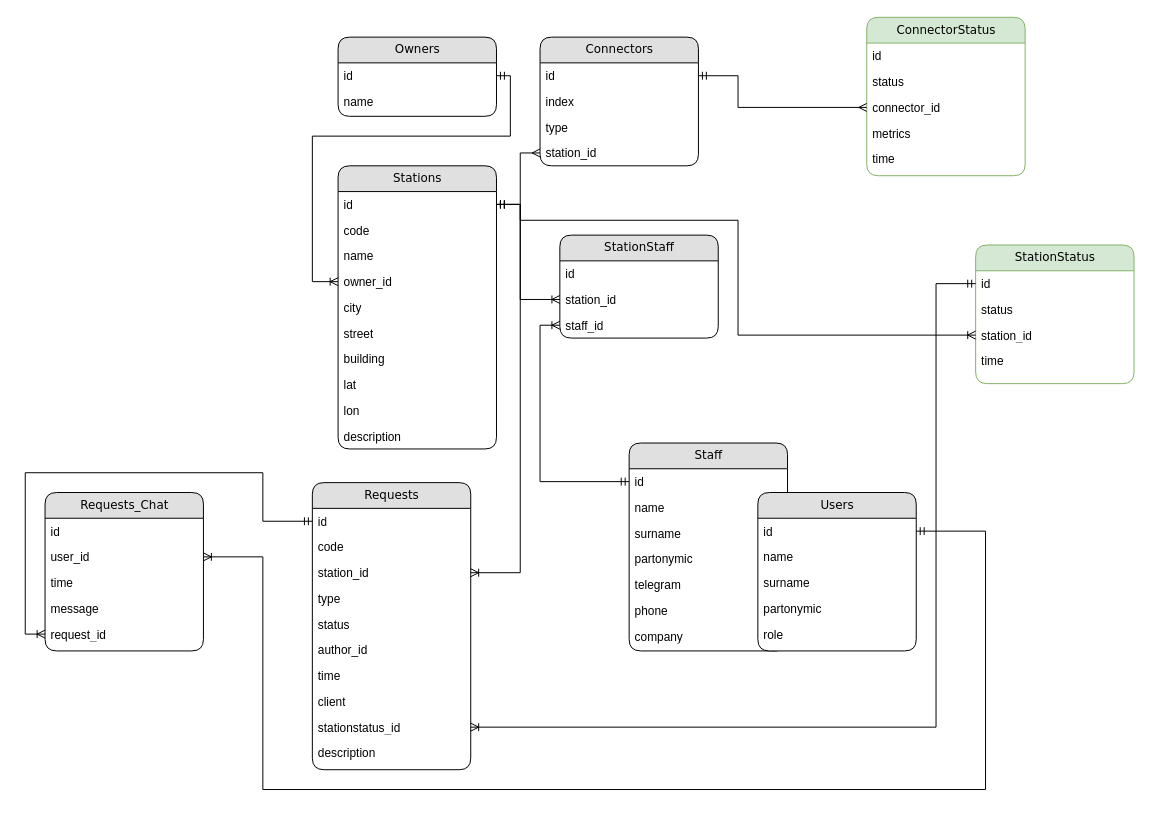
Above: Диаграмма без названия.drawio in ilnurkaa2019/st_auth_test (draw.io), before the change. Source tidied: cells renumbered, new cells numbered last; positions are measured from the earlier drawing's top-left corner, leaving out a move shared by most shapes. Both pictures are drawn from the tidied source at 99%, with x=0, y=0 at pixel (25, 17).
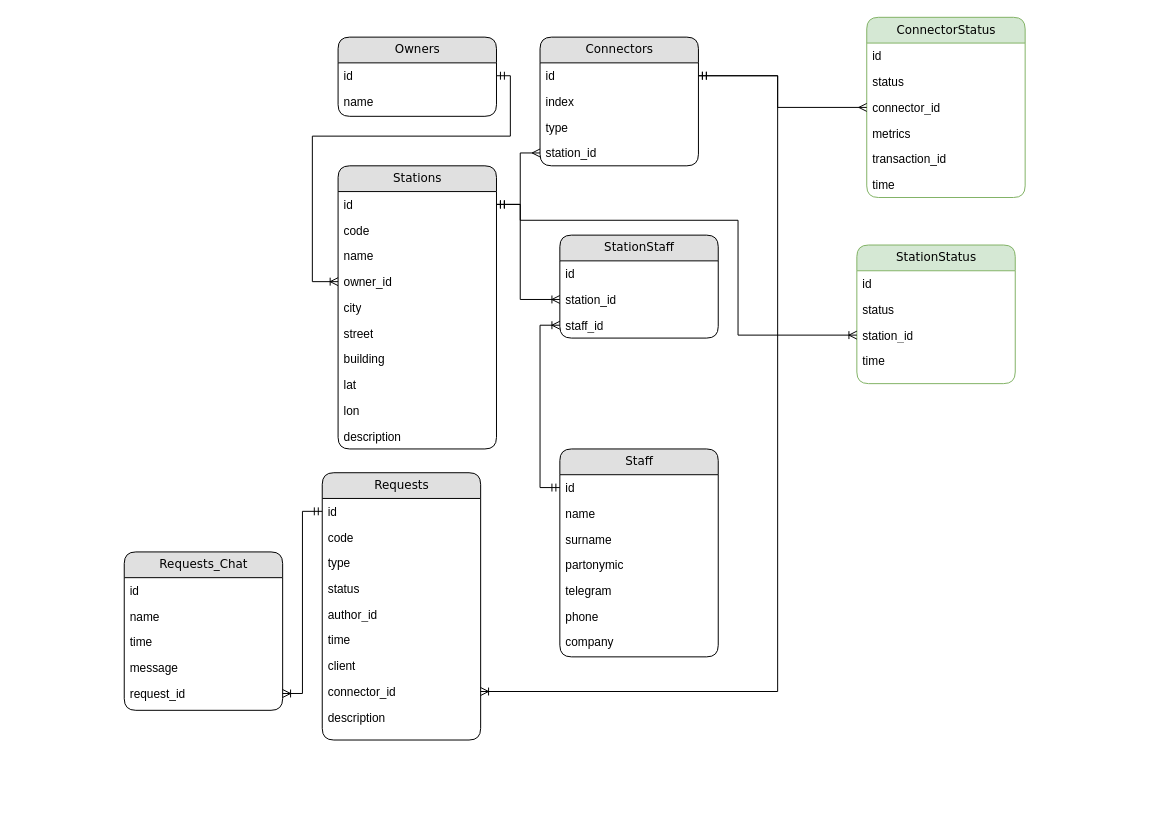
Above is the later version.

The change refers to these unchanged cells:
```xml
<mxCell id="3" value="id" style="text;html=1;strokeColor=none;fillColor=none;spacingLeft=4;spacingRight=4;whiteSpace=wrap;overflow=hidden;points=[[0,0.5],[1,0.5]];portConstraint=eastwest;" parent="2" vertex="1">
  <mxGeometry y="26" width="160" height="26" as="geometry" />
</mxCell>
<mxCell id="8" value="id" style="text;html=1;strokeColor=none;fillColor=none;spacingLeft=4;spacingRight=4;whiteSpace=wrap;overflow=hidden;points=[[0,0.5],[1,0.5]];portConstraint=eastwest;" parent="7" vertex="1">
  <mxGeometry y="26" width="160" height="26" as="geometry" />
</mxCell>
<mxCell id="24" value="id" style="text;html=1;strokeColor=none;fillColor=none;spacingLeft=4;spacingRight=4;whiteSpace=wrap;overflow=hidden;points=[[0,0.5],[1,0.5]];portConstraint=eastwest;" parent="23" vertex="1">
  <mxGeometry y="26" width="160" height="26" as="geometry" />
</mxCell>
<mxCell id="34" value="connector_id" style="text;html=1;strokeColor=none;fillColor=none;spacingLeft=4;spacingRight=4;whiteSpace=wrap;overflow=hidden;points=[[0,0.5],[1,0.5]];portConstraint=eastwest;" parent="31" vertex="1">
  <mxGeometry y="78" width="160" height="26" as="geometry" />
</mxCell>
<mxCell id="39" value="id" style="text;html=1;strokeColor=none;fillColor=none;spacingLeft=4;spacingRight=4;whiteSpace=wrap;overflow=hidden;points=[[0,0.5],[1,0.5]];portConstraint=eastwest;" parent="38" vertex="1">
  <mxGeometry y="26" width="160" height="26" as="geometry" />
</mxCell>
<mxCell id="47" value="staff_id" style="text;html=1;strokeColor=none;fillColor=none;spacingLeft=4;spacingRight=4;whiteSpace=wrap;overflow=hidden;points=[[0,0.5],[1,0.5]];portConstraint=eastwest;" parent="44" vertex="1">
  <mxGeometry y="78" width="160" height="26" as="geometry" />
</mxCell>
<mxCell id="51" value="id" style="text;html=1;strokeColor=none;fillColor=none;spacingLeft=4;spacingRight=4;whiteSpace=wrap;overflow=hidden;points=[[0,0.5],[1,0.5]];portConstraint=eastwest;" parent="50" vertex="1">
  <mxGeometry y="26" width="160" height="26" as="geometry" />
</mxCell>
<mxCell id="68" value="request_id" style="text;html=1;strokeColor=none;fillColor=none;spacingLeft=4;spacingRight=4;whiteSpace=wrap;overflow=hidden;points=[[0,0.5],[1,0.5]];portConstraint=eastwest;" parent="63" vertex="1">
  <mxGeometry y="130" width="160" height="26" as="geometry" />
</mxCell>
```

The edit, as a diff of the source:
```diff
@@
     <mxCell id="23" value="Staff" style="swimlane;html=1;fontStyle=0;horizontal=1;startSize=26;fillColor=#e0e0e0;swimlaneFillColor=#ffffff;align=center;rounded=1;shadow=0;comic=0;labelBackgroundColor=none;strokeWidth=1;fontFamily=Verdana;fontSize=12;" parent="1" vertex="1">
-      <mxGeometry x="610" y="430" width="160" height="210" as="geometry" />
+      <mxGeometry x="540" y="436" width="160" height="210" as="geometry" />
     </mxCell>
@@
     <mxCell id="31" value="ConnectorStatus" style="swimlane;html=1;fontStyle=0;horizontal=1;startSize=26;fillColor=#d5e8d4;swimlaneFillColor=#ffffff;align=center;rounded=1;shadow=0;comic=0;labelBackgroundColor=none;strokeWidth=1;fontFamily=Verdana;fontSize=12;strokeColor=#82b366;" parent="1" vertex="1">
-      <mxGeometry x="850" width="160" height="160" as="geometry" />
+      <mxGeometry x="850" width="160" height="182" as="geometry" />
     </mxCell>
@@
-    <mxCell id="36" value="time" style="text;html=1;strokeColor=none;fillColor=none;spacingLeft=4;spacingRight=4;whiteSpace=wrap;overflow=hidden;" parent="31" vertex="1">
+    <mxCell id="36" value="transaction_id" style="text;html=1;strokeColor=none;fillColor=none;spacingLeft=4;spacingRight=4;whiteSpace=wrap;overflow=hidden;" parent="31" vertex="1">
       <mxGeometry y="130" width="160" height="26" as="geometry" />
     </mxCell>
+    <mxCell id="77" value="time" style="text;html=1;strokeColor=none;fillColor=none;spacingLeft=4;spacingRight=4;whiteSpace=wrap;overflow=hidden;" parent="31" vertex="1">
+      <mxGeometry y="156" width="160" height="26" as="geometry" />
+    </mxCell>
     <mxCell id="37" style="edgeStyle=orthogonalEdgeStyle;rounded=0;jettySize=auto;html=1;exitX=1;exitY=0.5;exitDx=0;exitDy=0;entryX=0;entryY=0.5;entryDx=0;entryDy=0;startArrow=ERmandOne;startFill=0;endArrow=ERmany;endFill=0;" parent="1" edge="1" source="3" target="34">
       <mxGeometry relative="1" as="geometry">
         <Array as="points">
-          <mxPoint x="720" y="59" />
-          <mxPoint x="720" y="91" />
+          <mxPoint x="760" y="59" />
+          <mxPoint x="760" y="91" />
         </Array>
       </mxGeometry>
     </mxCell>
     <mxCell id="38" value="StationStatus" style="swimlane;html=1;fontStyle=0;horizontal=1;startSize=26;fillColor=#d5e8d4;swimlaneFillColor=#ffffff;align=center;rounded=1;shadow=0;comic=0;labelBackgroundColor=none;strokeWidth=1;fontFamily=Verdana;fontSize=12;strokeColor=#82b366;" parent="1" vertex="1">
-      <mxGeometry x="960" y="230" width="160" height="140" as="geometry" />
+      <mxGeometry x="840" y="230" width="160" height="140" as="geometry" />
     </mxCell>
@@
-    <mxCell id="49" style="edgeStyle=orthogonalEdgeStyle;rounded=0;jettySize=auto;html=1;entryX=0;entryY=0.5;entryDx=0;entryDy=0;endArrow=ERoneToMany;endFill=0;startArrow=ERmandOne;startFill=0;" parent="1" edge="1" source="24" target="47">
+    <mxCell id="49" style="edgeStyle=orthogonalEdgeStyle;rounded=0;jettySize=auto;html=1;entryX=0;entryY=0.5;entryDx=0;entryDy=0;endArrow=ERoneToMany;endFill=0;startArrow=ERmandOne;startFill=0;exitX=0;exitY=0.5;exitDx=0;exitDy=0;" parent="1" edge="1" source="24" target="47">
       <mxGeometry relative="1" as="geometry">
         <Array as="points">
-          <mxPoint x="520" y="469" />
+          <mxPoint x="520" y="475" />
           <mxPoint x="520" y="311" />
         </Array>
       </mxGeometry>
     </mxCell>
     <mxCell id="50" value="Requests" style="swimlane;html=1;fontStyle=0;horizontal=1;startSize=26;fillColor=#e0e0e0;swimlaneFillColor=#ffffff;align=center;rounded=1;shadow=0;comic=0;labelBackgroundColor=none;strokeWidth=1;fontFamily=Verdana;fontSize=12;" parent="1" vertex="1">
-      <mxGeometry x="290" y="470" width="160" height="290" as="geometry" />
+      <mxGeometry x="300" y="460" width="160" height="270" as="geometry" />
     </mxCell>
@@
-    <mxCell id="53" value="station_id" style="text;html=1;strokeColor=none;fillColor=none;spacingLeft=4;spacingRight=4;whiteSpace=wrap;overflow=hidden;points=[[0,0.5],[1,0.5]];portConstraint=eastwest;" parent="50" vertex="1">
-      <mxGeometry y="78" width="160" height="26" as="geometry" />
-    </mxCell>
     <mxCell id="54" value="type" style="text;html=1;strokeColor=none;fillColor=none;spacingLeft=4;spacingRight=4;whiteSpace=wrap;overflow=hidden;" parent="50" vertex="1">
-      <mxGeometry y="104" width="160" height="26" as="geometry" />
+      <mxGeometry y="78" width="160" height="26" as="geometry" />
     </mxCell>
     <mxCell id="55" value="status" style="text;html=1;strokeColor=none;fillColor=none;spacingLeft=4;spacingRight=4;whiteSpace=wrap;overflow=hidden;" parent="50" vertex="1">
-      <mxGeometry y="130" width="160" height="26" as="geometry" />
+      <mxGeometry y="104" width="160" height="26" as="geometry" />
     </mxCell>
     <mxCell id="56" value="author_id" style="text;html=1;strokeColor=none;fillColor=none;spacingLeft=4;spacingRight=4;whiteSpace=wrap;overflow=hidden;" parent="50" vertex="1">
-      <mxGeometry y="156" width="160" height="26" as="geometry" />
+      <mxGeometry y="130" width="160" height="26" as="geometry" />
     </mxCell>
     <mxCell id="57" value="time" style="text;html=1;strokeColor=none;fillColor=none;spacingLeft=4;spacingRight=4;whiteSpace=wrap;overflow=hidden;" parent="50" vertex="1">
-      <mxGeometry y="182" width="160" height="26" as="geometry" />
+      <mxGeometry y="156" width="160" height="26" as="geometry" />
     </mxCell>
     <mxCell id="58" value="client" style="text;html=1;strokeColor=none;fillColor=none;spacingLeft=4;spacingRight=4;whiteSpace=wrap;overflow=hidden;" parent="50" vertex="1">
-      <mxGeometry y="208" width="160" height="26" as="geometry" />
+      <mxGeometry y="182" width="160" height="26" as="geometry" />
     </mxCell>
-    <mxCell id="59" value="stationstatus_id" style="text;html=1;strokeColor=none;fillColor=none;spacingLeft=4;spacingRight=4;whiteSpace=wrap;overflow=hidden;points=[[0,0.5],[1,0.5]];portConstraint=eastwest;" parent="50" vertex="1">
-      <mxGeometry y="234" width="160" height="26" as="geometry" />
+    <mxCell id="59" value="connector_id" style="text;html=1;strokeColor=none;fillColor=none;spacingLeft=4;spacingRight=4;whiteSpace=wrap;overflow=hidden;points=[[0,0.5],[1,0.5]];portConstraint=eastwest;" parent="50" vertex="1">
+      <mxGeometry y="208" width="160" height="26" as="geometry" />
     </mxCell>
     <mxCell id="60" value="description" style="text;html=1;strokeColor=none;fillColor=none;spacingLeft=4;spacingRight=4;whiteSpace=wrap;overflow=hidden;" parent="50" vertex="1">
-      <mxGeometry y="260" width="160" height="26" as="geometry" />
+      <mxGeometry y="234" width="160" height="26" as="geometry" />
     </mxCell>
-    <mxCell id="61" style="edgeStyle=orthogonalEdgeStyle;rounded=0;jettySize=auto;html=1;exitX=1;exitY=0.5;exitDx=0;exitDy=0;entryX=1;entryY=0.5;entryDx=0;entryDy=0;startArrow=ERmandOne;startFill=0;endArrow=ERoneToMany;endFill=0;" parent="1" edge="1" source="8" target="53">
-      <mxGeometry relative="1" as="geometry">
-        <Array as="points">
-          <mxPoint x="500" y="189" />
-          <mxPoint x="500" y="561" />
-        </Array>
-      </mxGeometry>
-    </mxCell>
-    <mxCell id="62" style="edgeStyle=orthogonalEdgeStyle;rounded=0;jettySize=auto;html=1;exitX=0;exitY=0.5;exitDx=0;exitDy=0;entryX=1;entryY=0.5;entryDx=0;entryDy=0;startArrow=ERmandOne;startFill=0;endArrow=ERoneToMany;endFill=0;" parent="1" edge="1" source="39" target="59">
+    <mxCell id="62" style="edgeStyle=orthogonalEdgeStyle;rounded=0;jettySize=auto;html=1;entryX=1;entryY=0.5;entryDx=0;entryDy=0;startArrow=ERmandOne;startFill=0;endArrow=ERoneToMany;endFill=0;exitX=1;exitY=0.5;exitDx=0;exitDy=0;" parent="1" edge="1" source="3" target="59">
       <mxGeometry relative="1" as="geometry">
         <Array as="points">
-          <mxPoint x="920" y="269" />
-          <mxPoint x="920" y="717" />
+          <mxPoint x="760" y="59" />
+          <mxPoint x="760" y="681" />
         </Array>
       </mxGeometry>
     </mxCell>
     <mxCell id="63" value="Requests_Chat" style="swimlane;html=1;fontStyle=0;horizontal=1;startSize=26;fillColor=#e0e0e0;swimlaneFillColor=#ffffff;align=center;rounded=1;shadow=0;comic=0;labelBackgroundColor=none;strokeWidth=1;fontFamily=Verdana;fontSize=12;" parent="1" vertex="1">
-      <mxGeometry x="20" y="480" width="160" height="160" as="geometry" />
+      <mxGeometry x="100" y="540" width="160" height="160" as="geometry" />
     </mxCell>
@@
-    <mxCell id="65" value="user_id" style="text;html=1;strokeColor=none;fillColor=none;spacingLeft=4;spacingRight=4;whiteSpace=wrap;overflow=hidden;points=[[0,0.5],[1,0.5]];portConstraint=eastwest;" parent="63" vertex="1">
+    <mxCell id="65" value="name" style="text;html=1;strokeColor=none;fillColor=none;spacingLeft=4;spacingRight=4;whiteSpace=wrap;overflow=hidden;points=[[0,0.5],[1,0.5]];portConstraint=eastwest;" parent="63" vertex="1">
       <mxGeometry y="52" width="160" height="26" as="geometry" />
     </mxCell>
@@
-    <mxCell id="69" value="Users" style="swimlane;html=1;fontStyle=0;horizontal=1;startSize=26;fillColor=#e0e0e0;swimlaneFillColor=#ffffff;align=center;rounded=1;shadow=0;comic=0;labelBackgroundColor=none;strokeWidth=1;fontFamily=Verdana;fontSize=12;" parent="1" vertex="1">
-      <mxGeometry x="740" y="480" width="160" height="160" as="geometry" />
-    </mxCell>
-    <mxCell id="70" value="id" style="text;html=1;strokeColor=none;fillColor=none;spacingLeft=4;spacingRight=4;whiteSpace=wrap;overflow=hidden;points=[[0,0.5],[1,0.5]];portConstraint=eastwest;" parent="69" vertex="1">
-      <mxGeometry y="26" width="160" height="26" as="geometry" />
-    </mxCell>
-    <mxCell id="71" value="name" style="text;html=1;strokeColor=none;fillColor=none;spacingLeft=4;spacingRight=4;whiteSpace=wrap;overflow=hidden;" parent="69" vertex="1">
-      <mxGeometry y="52" width="160" height="26" as="geometry" />
-    </mxCell>
-    <mxCell id="72" value="surname" style="text;html=1;strokeColor=none;fillColor=none;spacingLeft=4;spacingRight=4;whiteSpace=wrap;overflow=hidden;" parent="69" vertex="1">
-      <mxGeometry y="78" width="160" height="26" as="geometry" />
-    </mxCell>
-    <mxCell id="73" value="partonymic" style="text;html=1;strokeColor=none;fillColor=none;spacingLeft=4;spacingRight=4;whiteSpace=wrap;overflow=hidden;" parent="69" vertex="1">
-      <mxGeometry y="104" width="160" height="26" as="geometry" />
-    </mxCell>
-    <mxCell id="74" value="role" style="text;html=1;strokeColor=none;fillColor=none;spacingLeft=4;spacingRight=4;whiteSpace=wrap;overflow=hidden;" parent="69" vertex="1">
-      <mxGeometry y="130" width="160" height="26" as="geometry" />
-    </mxCell>
-    <mxCell id="75" style="edgeStyle=orthogonalEdgeStyle;rounded=0;jettySize=auto;html=1;exitX=1;exitY=0.5;exitDx=0;exitDy=0;entryX=1;entryY=0.5;entryDx=0;entryDy=0;startArrow=ERmandOne;startFill=0;endArrow=ERoneToMany;endFill=0;" parent="1" edge="1" source="70" target="65">
-      <mxGeometry relative="1" as="geometry">
-        <Array as="points">
-          <mxPoint x="970" y="519" />
-          <mxPoint x="970" y="780" />
-          <mxPoint x="240" y="780" />
-          <mxPoint x="240" y="545" />
-        </Array>
-      </mxGeometry>
-    </mxCell>
-    <mxCell id="76" style="edgeStyle=orthogonalEdgeStyle;rounded=0;jettySize=auto;html=1;exitX=0;exitY=0.5;exitDx=0;exitDy=0;entryX=0;entryY=0.5;entryDx=0;entryDy=0;startArrow=ERmandOne;startFill=0;endArrow=ERoneToMany;endFill=0;" parent="1" edge="1" source="51" target="68">
+    <mxCell id="76" style="edgeStyle=orthogonalEdgeStyle;rounded=0;jettySize=auto;html=1;exitX=0;exitY=0.5;exitDx=0;exitDy=0;entryX=1;entryY=0.5;entryDx=0;entryDy=0;startArrow=ERmandOne;startFill=0;endArrow=ERoneToMany;endFill=0;" parent="1" edge="1" source="51" target="68">
       <mxGeometry relative="1" as="geometry">
         <Array as="points">
-          <mxPoint x="240" y="509" />
-          <mxPoint x="240" y="460" />
-          <mxPoint y="460" />
-          <mxPoint y="623" />
+          <mxPoint x="280" y="499" />
+          <mxPoint x="280" y="683" />
         </Array>
       </mxGeometry>
     </mxCell>
```
